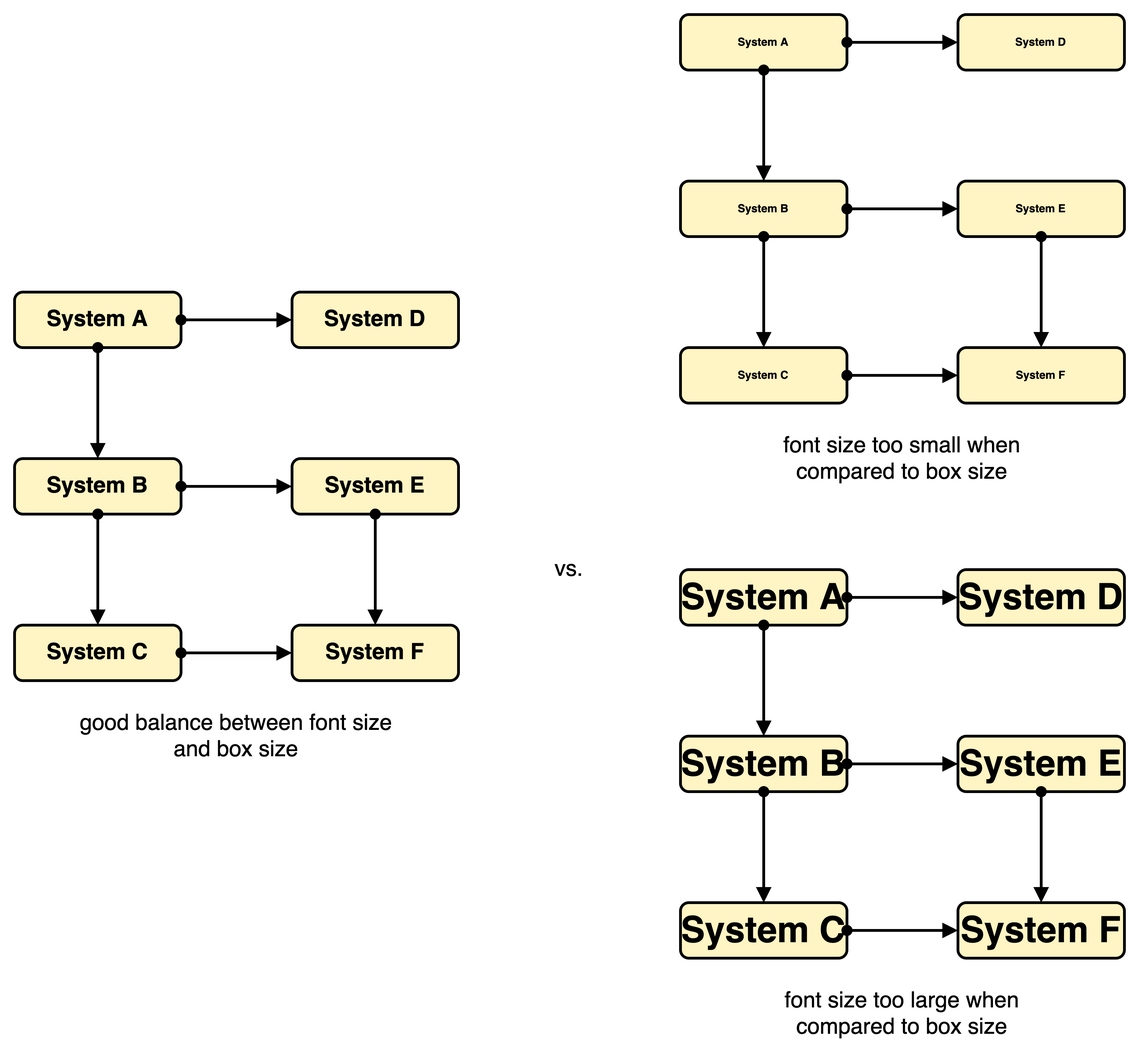
The draw.io diagram diagrams/text-guideline_font-size.png in martinleggewie/visual-tips-for-creating-schematic-diagrams, before a commit. Source tidied: cells renumbered, new cells last; positions are measured from the earlier drawing's top-left corner, leaving out a move shared by most shapes.
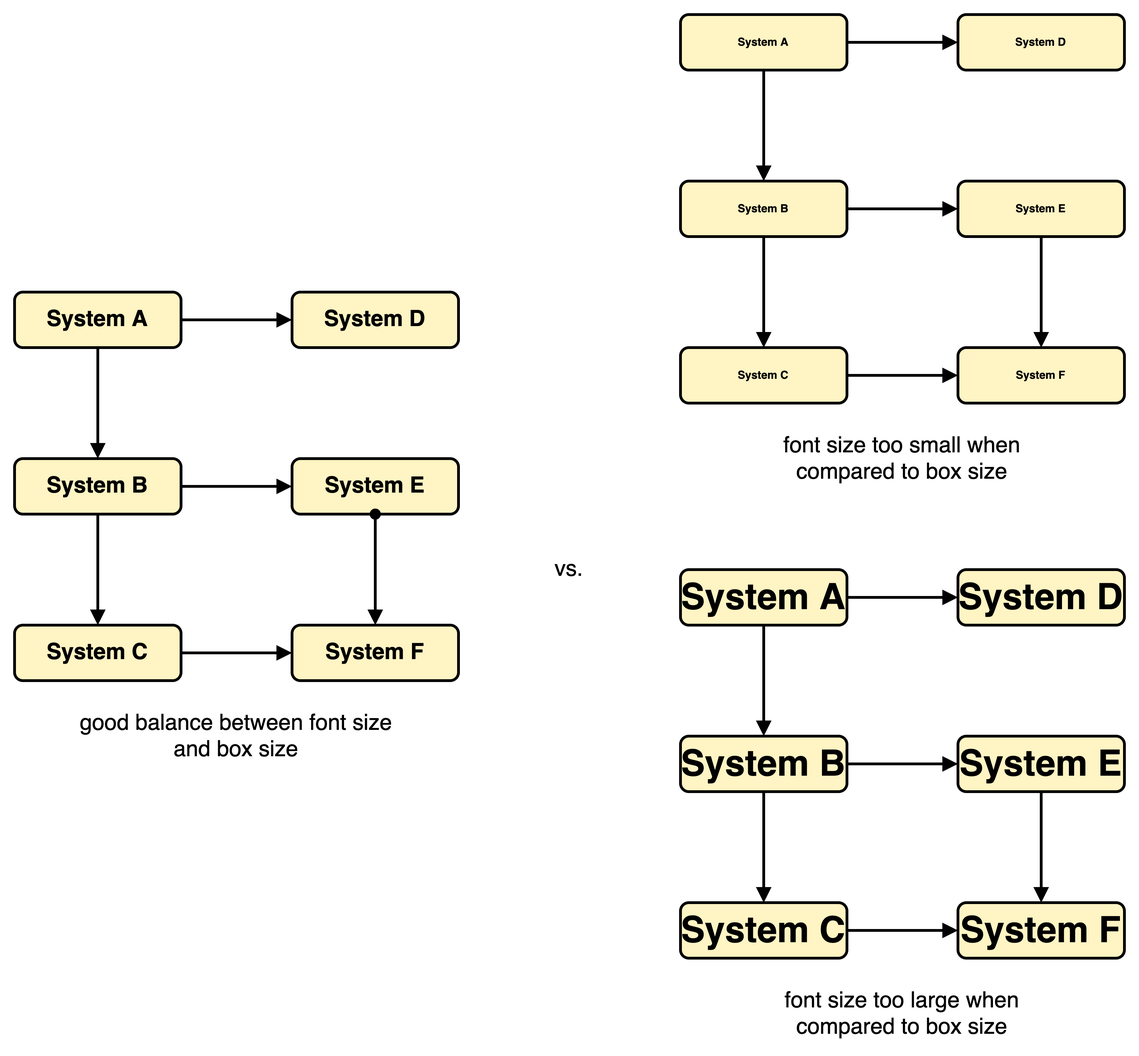
The same file after the commit.

Change to the diagram source:
```diff
@@ -9,16 +9,16 @@
     <mxCell id="4" value="System A" style="rounded=1;whiteSpace=wrap;html=1;strokeWidth=2;fontSize=16;fontStyle=1;fillColor=#FFF4C3;" parent="3" vertex="1">
       <mxGeometry x="10" y="210" width="120" height="40" as="geometry" />
     </mxCell>
-    <mxCell id="5" style="rounded=0;jettySize=auto;html=1;fontSize=16;endArrow=block;endFill=1;startArrow=oval;startFill=1;strokeWidth=2;" parent="3" edge="1" source="4" target="11">
+    <mxCell id="5" style="rounded=0;jettySize=auto;html=1;fontSize=16;endArrow=block;endFill=1;startArrow=none;startFill=0;strokeWidth=2;" parent="3" edge="1" source="4" target="11">
       <mxGeometry relative="1" as="geometry" />
     </mxCell>
     <mxCell id="6" value="System B" style="rounded=1;whiteSpace=wrap;html=1;strokeWidth=2;fontSize=16;fontStyle=1;fillColor=#FFF4C3;" parent="3" vertex="1">
       <mxGeometry x="10" y="330" width="120" height="40" as="geometry" />
     </mxCell>
-    <mxCell id="7" style="edgeStyle=none;rounded=0;jettySize=auto;html=1;startArrow=oval;startFill=1;endArrow=block;endFill=1;strokeWidth=2;fontSize=16;" parent="3" edge="1" source="4" target="6">
+    <mxCell id="7" style="edgeStyle=none;rounded=0;jettySize=auto;html=1;startArrow=none;startFill=0;endArrow=block;endFill=1;strokeWidth=2;fontSize=16;" parent="3" edge="1" source="4" target="6">
       <mxGeometry relative="1" as="geometry" />
     </mxCell>
-    <mxCell id="8" style="rounded=0;jettySize=auto;html=1;fontSize=16;endArrow=block;endFill=1;startArrow=oval;startFill=1;strokeWidth=2;" parent="3" edge="1" source="6" target="12">
+    <mxCell id="8" style="rounded=0;jettySize=auto;html=1;fontSize=16;endArrow=block;endFill=1;startArrow=none;startFill=0;strokeWidth=2;" parent="3" edge="1" source="6" target="12">
       <mxGeometry relative="1" as="geometry" />
     </mxCell>
     <mxCell id="9" value="good balance between font size and box size" style="text;html=1;strokeColor=none;fillColor=none;align=center;verticalAlign=middle;whiteSpace=wrap;rounded=0;fontSize=16;spacing=0;" parent="3" vertex="1">
@@ -42,25 +42,25 @@
     <mxCell id="15" style="edgeStyle=none;rounded=1;jettySize=auto;html=1;fontSize=16;startArrow=oval;startFill=1;endArrow=block;endFill=1;strokeWidth=2;" parent="3" edge="1" source="12" target="13">
       <mxGeometry relative="1" as="geometry" />
     </mxCell>
-    <mxCell id="16" style="edgeStyle=none;rounded=1;jettySize=auto;html=1;fontSize=16;startArrow=oval;startFill=1;endArrow=block;endFill=1;strokeWidth=2;" parent="3" edge="1" source="14" target="13">
+    <mxCell id="16" style="edgeStyle=none;rounded=1;jettySize=auto;html=1;fontSize=16;startArrow=none;startFill=0;endArrow=block;endFill=1;strokeWidth=2;" parent="3" edge="1" source="14" target="13">
       <mxGeometry relative="1" as="geometry" />
     </mxCell>
-    <mxCell id="17" style="edgeStyle=none;rounded=1;jettySize=auto;html=1;fontSize=16;startArrow=oval;startFill=1;endArrow=block;endFill=1;strokeWidth=2;" parent="3" edge="1" source="6" target="14">
+    <mxCell id="17" style="edgeStyle=none;rounded=1;jettySize=auto;html=1;fontSize=16;startArrow=none;startFill=0;endArrow=block;endFill=1;strokeWidth=2;" parent="3" edge="1" source="6" target="14">
       <mxGeometry relative="1" as="geometry" />
     </mxCell>
     <mxCell id="18" value="System A" style="rounded=1;whiteSpace=wrap;html=1;strokeWidth=2;fontSize=8;fontStyle=1;fillColor=#FFF4C3;" parent="3" vertex="1">
       <mxGeometry x="490" y="10" width="120" height="40" as="geometry" />
     </mxCell>
-    <mxCell id="19" style="rounded=0;jettySize=auto;html=1;fontSize=8;endArrow=block;endFill=1;startArrow=oval;startFill=1;strokeWidth=2;" parent="3" edge="1" source="18" target="23">
+    <mxCell id="19" style="rounded=0;jettySize=auto;html=1;fontSize=8;endArrow=block;endFill=1;startArrow=none;startFill=0;strokeWidth=2;" parent="3" edge="1" source="18" target="23">
       <mxGeometry relative="1" as="geometry" />
     </mxCell>
     <mxCell id="20" value="System B" style="rounded=1;whiteSpace=wrap;html=1;strokeWidth=2;fontSize=8;fontStyle=1;fillColor=#FFF4C3;" parent="3" vertex="1">
       <mxGeometry x="490" y="130" width="120" height="40" as="geometry" />
     </mxCell>
-    <mxCell id="21" style="edgeStyle=none;rounded=0;jettySize=auto;html=1;startArrow=oval;startFill=1;endArrow=block;endFill=1;strokeWidth=2;fontSize=8;" parent="3" edge="1" source="18" target="20">
+    <mxCell id="21" style="edgeStyle=none;rounded=0;jettySize=auto;html=1;startArrow=none;startFill=0;endArrow=block;endFill=1;strokeWidth=2;fontSize=8;" parent="3" edge="1" source="18" target="20">
       <mxGeometry relative="1" as="geometry" />
     </mxCell>
-    <mxCell id="22" style="rounded=0;jettySize=auto;html=1;fontSize=8;endArrow=block;endFill=1;startArrow=oval;startFill=1;strokeWidth=2;" parent="3" edge="1" source="20" target="24">
+    <mxCell id="22" style="rounded=0;jettySize=auto;html=1;fontSize=8;endArrow=block;endFill=1;startArrow=none;startFill=0;strokeWidth=2;" parent="3" edge="1" source="20" target="24">
       <mxGeometry relative="1" as="geometry" />
     </mxCell>
     <mxCell id="23" value="System D" style="rounded=1;whiteSpace=wrap;html=1;strokeWidth=2;fontSize=8;fontStyle=1;fillColor=#FFF4C3;" parent="3" vertex="1">
@@ -75,28 +75,28 @@
     <mxCell id="26" value="System C" style="rounded=1;whiteSpace=wrap;html=1;strokeWidth=2;fontSize=8;fontStyle=1;fillColor=#FFF4C3;" parent="3" vertex="1">
       <mxGeometry x="490" y="250" width="120" height="40" as="geometry" />
     </mxCell>
-    <mxCell id="27" style="edgeStyle=none;rounded=1;jettySize=auto;html=1;fontSize=8;startArrow=oval;startFill=1;endArrow=block;endFill=1;strokeWidth=2;" parent="3" edge="1" source="24" target="25">
+    <mxCell id="27" style="edgeStyle=none;rounded=1;jettySize=auto;html=1;fontSize=8;startArrow=none;startFill=0;endArrow=block;endFill=1;strokeWidth=2;" parent="3" edge="1" source="24" target="25">
       <mxGeometry relative="1" as="geometry" />
     </mxCell>
-    <mxCell id="28" style="edgeStyle=none;rounded=1;jettySize=auto;html=1;fontSize=8;startArrow=oval;startFill=1;endArrow=block;endFill=1;strokeWidth=2;" parent="3" edge="1" source="26" target="25">
+    <mxCell id="28" style="edgeStyle=none;rounded=1;jettySize=auto;html=1;fontSize=8;startArrow=none;startFill=0;endArrow=block;endFill=1;strokeWidth=2;" parent="3" edge="1" source="26" target="25">
       <mxGeometry relative="1" as="geometry" />
     </mxCell>
-    <mxCell id="29" style="edgeStyle=none;rounded=1;jettySize=auto;html=1;fontSize=8;startArrow=oval;startFill=1;endArrow=block;endFill=1;strokeWidth=2;" parent="3" edge="1" source="20" target="26">
+    <mxCell id="29" style="edgeStyle=none;rounded=1;jettySize=auto;html=1;fontSize=8;startArrow=none;startFill=0;endArrow=block;endFill=1;strokeWidth=2;" parent="3" edge="1" source="20" target="26">
       <mxGeometry relative="1" as="geometry" />
     </mxCell>
     <mxCell id="30" value="System A" style="rounded=1;whiteSpace=wrap;html=1;strokeWidth=2;fontSize=26;fontStyle=1;fillColor=#FFF4C3;spacing=0;" parent="3" vertex="1">
       <mxGeometry x="490" y="410" width="120" height="40" as="geometry" />
     </mxCell>
-    <mxCell id="31" style="rounded=0;jettySize=auto;html=1;fontSize=26;endArrow=block;endFill=1;startArrow=oval;startFill=1;strokeWidth=2;spacing=0;" parent="3" edge="1" source="30" target="35">
+    <mxCell id="31" style="rounded=0;jettySize=auto;html=1;fontSize=26;endArrow=block;endFill=1;startArrow=none;startFill=0;strokeWidth=2;spacing=0;" parent="3" edge="1" source="30" target="35">
       <mxGeometry relative="1" as="geometry" />
     </mxCell>
     <mxCell id="32" value="System B" style="rounded=1;whiteSpace=wrap;html=1;strokeWidth=2;fontSize=26;fontStyle=1;fillColor=#FFF4C3;spacing=0;" parent="3" vertex="1">
       <mxGeometry x="490" y="530" width="120" height="40" as="geometry" />
     </mxCell>
-    <mxCell id="33" style="edgeStyle=none;rounded=0;jettySize=auto;html=1;startArrow=oval;startFill=1;endArrow=block;endFill=1;strokeWidth=2;fontSize=26;spacing=0;" parent="3" edge="1" source="30" target="32">
+    <mxCell id="33" style="edgeStyle=none;rounded=0;jettySize=auto;html=1;startArrow=none;startFill=0;endArrow=block;endFill=1;strokeWidth=2;fontSize=26;spacing=0;" parent="3" edge="1" source="30" target="32">
       <mxGeometry relative="1" as="geometry" />
     </mxCell>
-    <mxCell id="34" style="rounded=0;jettySize=auto;html=1;fontSize=26;endArrow=block;endFill=1;startArrow=oval;startFill=1;strokeWidth=2;spacing=0;" parent="3" edge="1" source="32" target="36">
+    <mxCell id="34" style="rounded=0;jettySize=auto;html=1;fontSize=26;endArrow=block;endFill=1;startArrow=none;startFill=0;strokeWidth=2;spacing=0;" parent="3" edge="1" source="32" target="36">
       <mxGeometry relative="1" as="geometry" />
     </mxCell>
     <mxCell id="35" value="System D" style="rounded=1;whiteSpace=wrap;html=1;strokeWidth=2;fontSize=26;fontStyle=1;fillColor=#FFF4C3;spacing=0;" parent="3" vertex="1">
@@ -111,13 +111,13 @@
     <mxCell id="38" value="System C" style="rounded=1;whiteSpace=wrap;html=1;strokeWidth=2;fontSize=26;fontStyle=1;fillColor=#FFF4C3;spacing=0;" parent="3" vertex="1">
       <mxGeometry x="490" y="650" width="120" height="40" as="geometry" />
     </mxCell>
-    <mxCell id="39" style="edgeStyle=none;rounded=1;jettySize=auto;html=1;fontSize=26;startArrow=oval;startFill=1;endArrow=block;endFill=1;strokeWidth=2;spacing=0;" parent="3" edge="1" source="36" target="37">
+    <mxCell id="39" style="edgeStyle=none;rounded=1;jettySize=auto;html=1;fontSize=26;startArrow=none;startFill=0;endArrow=block;endFill=1;strokeWidth=2;spacing=0;" parent="3" edge="1" source="36" target="37">
       <mxGeometry relative="1" as="geometry" />
     </mxCell>
-    <mxCell id="40" style="edgeStyle=none;rounded=1;jettySize=auto;html=1;fontSize=26;startArrow=oval;startFill=1;endArrow=block;endFill=1;strokeWidth=2;spacing=0;" parent="3" edge="1" source="38" target="37">
+    <mxCell id="40" style="edgeStyle=none;rounded=1;jettySize=auto;html=1;fontSize=26;startArrow=none;startFill=0;endArrow=block;endFill=1;strokeWidth=2;spacing=0;" parent="3" edge="1" source="38" target="37">
       <mxGeometry relative="1" as="geometry" />
     </mxCell>
-    <mxCell id="41" style="edgeStyle=none;rounded=1;jettySize=auto;html=1;fontSize=26;startArrow=oval;startFill=1;endArrow=block;endFill=1;strokeWidth=2;spacing=0;" parent="3" edge="1" source="32" target="38">
+    <mxCell id="41" style="edgeStyle=none;rounded=1;jettySize=auto;html=1;fontSize=26;startArrow=none;startFill=0;endArrow=block;endFill=1;strokeWidth=2;spacing=0;" parent="3" edge="1" source="32" target="38">
       <mxGeometry relative="1" as="geometry" />
     </mxCell>
     <mxCell id="42" value="font size too small when compared to box size" style="text;html=1;strokeColor=none;fillColor=none;align=center;verticalAlign=middle;whiteSpace=wrap;rounded=0;fontSize=16;spacing=0;" parent="3" vertex="1">
```
